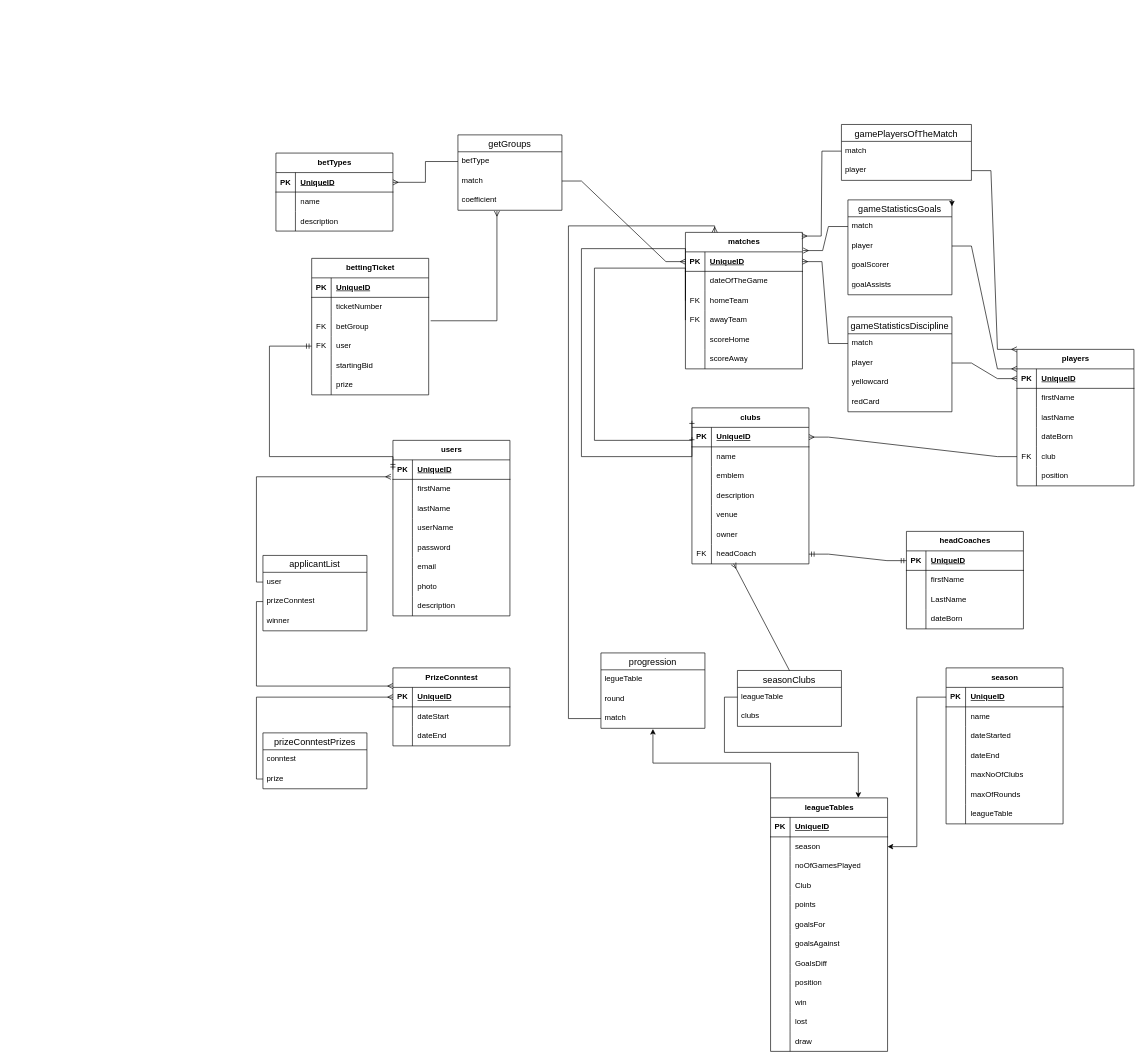
Matija1988/EDUNOVA-homework keeps this draw.io diagram as SQL_ERA_teško/diagrami/PremierLiga.drawio. Above is the earlier version. Source tidied: cells renumbered, new cells numbered last; positions are measured from the earlier drawing's top-left corner, leaving out a move shared by most shapes. Both pictures are drawn from the tidied source at 65%, with x=0, y=0 at pixel (263, 124).
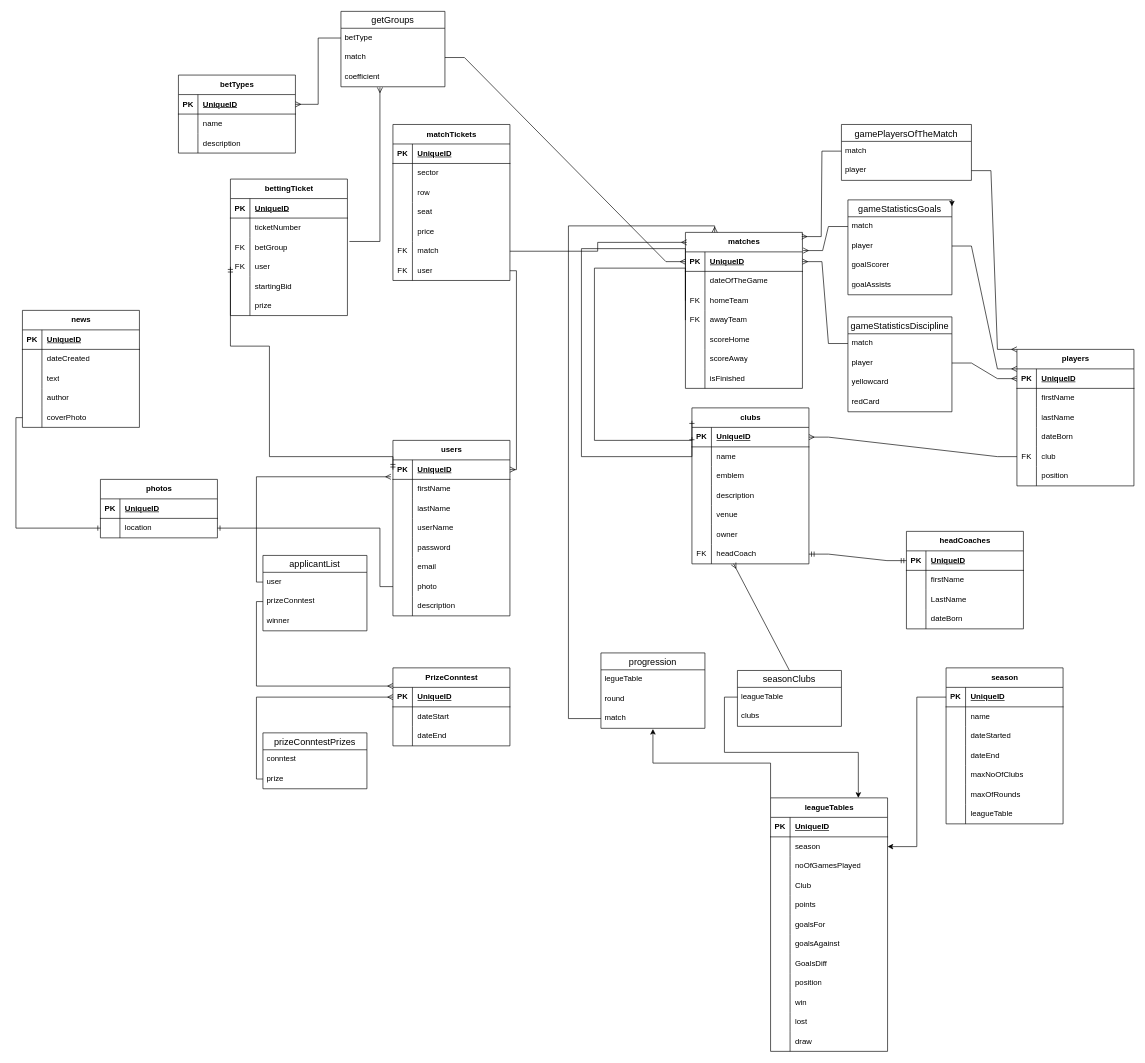
Above is the later version.

Unchanged cells that the change refers to:
```xml
<mxCell id="3" style="shape=tableRow;horizontal=0;startSize=0;swimlaneHead=0;swimlaneBody=0;fillColor=none;points=[[0,0.5],[1,0.5]];portConstraint=eastwest;top=0;left=0;right=0;bottom=1;" parent="2" vertex="1">
  <mxGeometry y="30" width="180" height="30" as="geometry" />
</mxCell>
<mxCell id="21" style="shape=tableRow;horizontal=0;startSize=0;swimlaneHead=0;swimlaneBody=0;fillColor=none;points=[[0,0.5],[1,0.5]];portConstraint=eastwest;top=0;left=0;right=0;bottom=0;" parent="2" vertex="1">
  <mxGeometry y="210" width="180" height="30" as="geometry" />
</mxCell>
```

What changed in the source:
```diff
@@
     <mxCell id="105" value="matches" style="shape=table;startSize=30;childLayout=tableLayout;rowLines=0;fontStyle=1;align=center;html=1;" parent="1" vertex="1">
-      <mxGeometry x="650" y="166" width="180" height="210" as="geometry" />
+      <mxGeometry x="650" y="166" width="180" height="240" as="geometry" />
     </mxCell>
@@
+    <mxCell id="252" style="shape=tableRow;horizontal=0;startSize=0;swimlaneHead=0;swimlaneBody=0;fillColor=none;top=0;left=0;right=0;bottom=0;" parent="105" vertex="1">
+      <mxGeometry y="210" width="180" height="30" as="geometry" />
+    </mxCell>
+    <mxCell id="253" style="shape=partialRectangle;fillColor=none;top=0;left=0;bottom=0;right=0;overflow=hidden;whiteSpace=wrap;html=1;" parent="252" vertex="1">
+      <mxGeometry width="30" height="30" as="geometry" />
+    </mxCell>
+    <mxCell id="254" value="isFinished" style="shape=partialRectangle;fillColor=none;top=0;left=0;bottom=0;right=0;align=left;spacingLeft=6;overflow=hidden;whiteSpace=wrap;html=1;" parent="252" vertex="1">
+      <mxGeometry x="30" width="150" height="30" as="geometry" />
+    </mxCell>
@@
     <mxCell id="146" value="betTypes" style="shape=table;startSize=30;childLayout=tableLayout;rowLines=0;fontStyle=1;align=center;html=1;" parent="1" vertex="1">
-      <mxGeometry x="20" y="44" width="180" height="120" as="geometry" />
+      <mxGeometry x="-130" y="-76" width="180" height="120" as="geometry" />
     </mxCell>
@@
     <mxCell id="156" value="bettingTicket" style="shape=table;startSize=30;childLayout=tableLayout;rowLines=0;fontStyle=1;align=center;html=1;" parent="1" vertex="1">
-      <mxGeometry x="75" y="206" width="180" height="210" as="geometry" />
+      <mxGeometry x="-50" y="84" width="180" height="210" as="geometry" />
     </mxCell>
@@
     <mxCell id="175" value="getGroups" style="swimlane;fontStyle=0;horizontal=1;startSize=26;align=center;fontSize=14;" parent="1" vertex="1">
-      <mxGeometry x="300" y="16" width="160" height="116" as="geometry" />
+      <mxGeometry x="120" y="-174" width="160" height="116" as="geometry" />
     </mxCell>
@@
+    <mxCell id="255" value="news" style="shape=table;startSize=30;childLayout=tableLayout;rowLines=0;fontStyle=1;align=center;html=1;" parent="1" vertex="1">
+      <mxGeometry x="-370" y="286" width="180" height="180" as="geometry" />
+    </mxCell>
+    <mxCell id="256" style="shape=tableRow;horizontal=0;startSize=0;swimlaneHead=0;swimlaneBody=0;fillColor=none;top=0;left=0;right=0;bottom=1;" parent="255" vertex="1">
+      <mxGeometry y="30" width="180" height="30" as="geometry" />
+    </mxCell>
+    <mxCell id="257" value="PK" style="shape=partialRectangle;fillColor=none;top=0;left=0;bottom=0;right=0;fontStyle=1;overflow=hidden;whiteSpace=wrap;html=1;" parent="256" vertex="1">
+      <mxGeometry width="30" height="30" as="geometry" />
+    </mxCell>
+    <mxCell id="258" value="UniqueID" style="shape=partialRectangle;fillColor=none;top=0;left=0;bottom=0;right=0;align=left;spacingLeft=6;fontStyle=5;overflow=hidden;whiteSpace=wrap;html=1;" parent="256" vertex="1">
+      <mxGeometry x="30" width="150" height="30" as="geometry" />
+    </mxCell>
+    <mxCell id="259" style="shape=tableRow;horizontal=0;startSize=0;swimlaneHead=0;swimlaneBody=0;fillColor=none;top=0;left=0;right=0;bottom=0;" parent="255" vertex="1">
+      <mxGeometry y="60" width="180" height="30" as="geometry" />
+    </mxCell>
+    <mxCell id="260" style="shape=partialRectangle;fillColor=none;top=0;left=0;bottom=0;right=0;overflow=hidden;whiteSpace=wrap;html=1;" parent="259" vertex="1">
+      <mxGeometry width="30" height="30" as="geometry" />
+    </mxCell>
+    <mxCell id="261" value="dateCreated" style="shape=partialRectangle;fillColor=none;top=0;left=0;bottom=0;right=0;align=left;spacingLeft=6;overflow=hidden;whiteSpace=wrap;html=1;" parent="259" vertex="1">
+      <mxGeometry x="30" width="150" height="30" as="geometry" />
+    </mxCell>
+    <mxCell id="262" style="shape=tableRow;horizontal=0;startSize=0;swimlaneHead=0;swimlaneBody=0;fillColor=none;top=0;left=0;right=0;bottom=0;" parent="255" vertex="1">
+      <mxGeometry y="90" width="180" height="30" as="geometry" />
+    </mxCell>
+    <mxCell id="263" style="shape=partialRectangle;fillColor=none;top=0;left=0;bottom=0;right=0;overflow=hidden;whiteSpace=wrap;html=1;" parent="262" vertex="1">
+      <mxGeometry width="30" height="30" as="geometry" />
+    </mxCell>
+    <mxCell id="264" value="text" style="shape=partialRectangle;fillColor=none;top=0;left=0;bottom=0;right=0;align=left;spacingLeft=6;overflow=hidden;whiteSpace=wrap;html=1;" parent="262" vertex="1">
+      <mxGeometry x="30" width="150" height="30" as="geometry" />
+    </mxCell>
+    <mxCell id="265" style="shape=tableRow;horizontal=0;startSize=0;swimlaneHead=0;swimlaneBody=0;fillColor=none;top=0;left=0;right=0;bottom=0;" parent="255" vertex="1">
+      <mxGeometry y="120" width="180" height="30" as="geometry" />
+    </mxCell>
+    <mxCell id="266" style="shape=partialRectangle;fillColor=none;top=0;left=0;bottom=0;right=0;overflow=hidden;whiteSpace=wrap;html=1;" parent="265" vertex="1">
+      <mxGeometry width="30" height="30" as="geometry" />
+    </mxCell>
+    <mxCell id="267" value="author" style="shape=partialRectangle;fillColor=none;top=0;left=0;bottom=0;right=0;align=left;spacingLeft=6;overflow=hidden;whiteSpace=wrap;html=1;" parent="265" vertex="1">
+      <mxGeometry x="30" width="150" height="30" as="geometry" />
+    </mxCell>
+    <mxCell id="268" style="shape=tableRow;horizontal=0;startSize=0;swimlaneHead=0;swimlaneBody=0;fillColor=none;points=[[0,0.5],[1,0.5]];portConstraint=eastwest;top=0;left=0;right=0;bottom=0;" parent="255" vertex="1">
+      <mxGeometry y="150" width="180" height="30" as="geometry" />
+    </mxCell>
+    <mxCell id="269" style="shape=partialRectangle;fillColor=none;top=0;left=0;bottom=0;right=0;overflow=hidden;whiteSpace=wrap;html=1;" parent="268" vertex="1">
+      <mxGeometry width="30" height="30" as="geometry" />
+    </mxCell>
+    <mxCell id="270" value="coverPhoto" style="shape=partialRectangle;fillColor=none;top=0;left=0;bottom=0;right=0;align=left;spacingLeft=6;overflow=hidden;whiteSpace=wrap;html=1;" parent="268" vertex="1">
+      <mxGeometry x="30" width="150" height="30" as="geometry" />
+    </mxCell>
+    <mxCell id="271" value="photos" style="shape=table;startSize=30;childLayout=tableLayout;rowLines=0;fontStyle=1;align=center;html=1;" parent="1" vertex="1">
+      <mxGeometry x="-250" y="546" width="180" height="90" as="geometry" />
+    </mxCell>
+    <mxCell id="272" style="shape=tableRow;horizontal=0;startSize=0;swimlaneHead=0;swimlaneBody=0;fillColor=none;top=0;left=0;right=0;bottom=1;" parent="271" vertex="1">
+      <mxGeometry y="30" width="180" height="30" as="geometry" />
+    </mxCell>
+    <mxCell id="273" value="PK" style="shape=partialRectangle;fillColor=none;top=0;left=0;bottom=0;right=0;fontStyle=1;overflow=hidden;whiteSpace=wrap;html=1;" parent="272" vertex="1">
+      <mxGeometry width="30" height="30" as="geometry" />
+    </mxCell>
+    <mxCell id="274" value="UniqueID" style="shape=partialRectangle;fillColor=none;top=0;left=0;bottom=0;right=0;align=left;spacingLeft=6;fontStyle=5;overflow=hidden;whiteSpace=wrap;html=1;" parent="272" vertex="1">
+      <mxGeometry x="30" width="150" height="30" as="geometry" />
+    </mxCell>
+    <mxCell id="275" style="shape=tableRow;horizontal=0;startSize=0;swimlaneHead=0;swimlaneBody=0;fillColor=none;points=[[0,0.5],[1,0.5]];portConstraint=eastwest;top=0;left=0;right=0;bottom=0;" parent="271" vertex="1">
+      <mxGeometry y="60" width="180" height="30" as="geometry" />
+    </mxCell>
+    <mxCell id="276" style="shape=partialRectangle;fillColor=none;top=0;left=0;bottom=0;right=0;overflow=hidden;whiteSpace=wrap;html=1;" parent="275" vertex="1">
+      <mxGeometry width="30" height="30" as="geometry" />
+    </mxCell>
+    <mxCell id="277" value="location" style="shape=partialRectangle;fillColor=none;top=0;left=0;bottom=0;right=0;align=left;spacingLeft=6;overflow=hidden;whiteSpace=wrap;html=1;" parent="275" vertex="1">
+      <mxGeometry x="30" width="150" height="30" as="geometry" />
+    </mxCell>
+    <mxCell id="278" style="edgeStyle=orthogonalEdgeStyle;fontSize=12;html=1;endArrow=ERone;endFill=1;rounded=0;entryX=0;entryY=0.5;entryDx=0;entryDy=0;exitX=0;exitY=0.5;exitDx=0;exitDy=0;" parent="1" edge="1" source="268" target="275">
+      <mxGeometry relative="1" as="geometry" />
+    </mxCell>
+    <mxCell id="279" style="edgeStyle=elbowEdgeStyle;fontSize=12;html=1;endArrow=ERone;endFill=1;rounded=0;entryX=1;entryY=0.5;entryDx=0;entryDy=0;exitX=0;exitY=0.5;exitDx=0;exitDy=0;" parent="1" edge="1" source="21" target="275">
+      <mxGeometry relative="1" as="geometry">
+        <Array as="points">
+          <mxPoint x="180" y="636" />
+        </Array>
+      </mxGeometry>
+    </mxCell>
+    <mxCell id="280" value="matchTickets" style="shape=table;startSize=30;childLayout=tableLayout;rowLines=0;fontStyle=1;align=center;html=1;" parent="1" vertex="1">
+      <mxGeometry x="200" width="180" height="240" as="geometry" />
+    </mxCell>
+    <mxCell id="281" style="shape=tableRow;horizontal=0;startSize=0;swimlaneHead=0;swimlaneBody=0;fillColor=none;top=0;left=0;right=0;bottom=1;" parent="280" vertex="1">
+      <mxGeometry y="30" width="180" height="30" as="geometry" />
+    </mxCell>
+    <mxCell id="282" value="PK" style="shape=partialRectangle;fillColor=none;top=0;left=0;bottom=0;right=0;fontStyle=1;overflow=hidden;whiteSpace=wrap;html=1;" parent="281" vertex="1">
+      <mxGeometry width="30" height="30" as="geometry" />
+    </mxCell>
+    <mxCell id="283" value="UniqueID" style="shape=partialRectangle;fillColor=none;top=0;left=0;bottom=0;right=0;align=left;spacingLeft=6;fontStyle=5;overflow=hidden;whiteSpace=wrap;html=1;" parent="281" vertex="1">
+      <mxGeometry x="30" width="150" height="30" as="geometry" />
+    </mxCell>
+    <mxCell id="284" style="shape=tableRow;horizontal=0;startSize=0;swimlaneHead=0;swimlaneBody=0;fillColor=none;top=0;left=0;right=0;bottom=0;" parent="280" vertex="1">
+      <mxGeometry y="60" width="180" height="30" as="geometry" />
+    </mxCell>
+    <mxCell id="285" style="shape=partialRectangle;fillColor=none;top=0;left=0;bottom=0;right=0;overflow=hidden;whiteSpace=wrap;html=1;" parent="284" vertex="1">
+      <mxGeometry width="30" height="30" as="geometry" />
+    </mxCell>
+    <mxCell id="286" value="sector" style="shape=partialRectangle;fillColor=none;top=0;left=0;bottom=0;right=0;align=left;spacingLeft=6;overflow=hidden;whiteSpace=wrap;html=1;" parent="284" vertex="1">
+      <mxGeometry x="30" width="150" height="30" as="geometry" />
+    </mxCell>
+    <mxCell id="287" style="shape=tableRow;horizontal=0;startSize=0;swimlaneHead=0;swimlaneBody=0;fillColor=none;top=0;left=0;right=0;bottom=0;" parent="280" vertex="1">
+      <mxGeometry y="90" width="180" height="30" as="geometry" />
+    </mxCell>
+    <mxCell id="288" style="shape=partialRectangle;fillColor=none;top=0;left=0;bottom=0;right=0;overflow=hidden;whiteSpace=wrap;html=1;" parent="287" vertex="1">
+      <mxGeometry width="30" height="30" as="geometry" />
+    </mxCell>
+    <mxCell id="289" value="row" style="shape=partialRectangle;fillColor=none;top=0;left=0;bottom=0;right=0;align=left;spacingLeft=6;overflow=hidden;whiteSpace=wrap;html=1;" parent="287" vertex="1">
+      <mxGeometry x="30" width="150" height="30" as="geometry" />
+    </mxCell>
+    <mxCell id="290" style="shape=tableRow;horizontal=0;startSize=0;swimlaneHead=0;swimlaneBody=0;fillColor=none;top=0;left=0;right=0;bottom=0;" parent="280" vertex="1">
+      <mxGeometry y="120" width="180" height="30" as="geometry" />
+    </mxCell>
+    <mxCell id="291" style="shape=partialRectangle;fillColor=none;top=0;left=0;bottom=0;right=0;overflow=hidden;whiteSpace=wrap;html=1;" parent="290" vertex="1">
+      <mxGeometry width="30" height="30" as="geometry" />
+    </mxCell>
+    <mxCell id="292" value="seat" style="shape=partialRectangle;fillColor=none;top=0;left=0;bottom=0;right=0;align=left;spacingLeft=6;overflow=hidden;whiteSpace=wrap;html=1;" parent="290" vertex="1">
+      <mxGeometry x="30" width="150" height="30" as="geometry" />
+    </mxCell>
+    <mxCell id="293" style="shape=tableRow;horizontal=0;startSize=0;swimlaneHead=0;swimlaneBody=0;fillColor=none;top=0;left=0;right=0;bottom=0;" parent="280" vertex="1">
+      <mxGeometry y="150" width="180" height="30" as="geometry" />
+    </mxCell>
+    <mxCell id="294" style="shape=partialRectangle;fillColor=none;top=0;left=0;bottom=0;right=0;overflow=hidden;whiteSpace=wrap;html=1;" parent="293" vertex="1">
+      <mxGeometry width="30" height="30" as="geometry" />
+    </mxCell>
+    <mxCell id="295" value="price" style="shape=partialRectangle;fillColor=none;top=0;left=0;bottom=0;right=0;align=left;spacingLeft=6;overflow=hidden;whiteSpace=wrap;html=1;" parent="293" vertex="1">
+      <mxGeometry x="30" width="150" height="30" as="geometry" />
+    </mxCell>
+    <mxCell id="296" style="shape=tableRow;horizontal=0;startSize=0;swimlaneHead=0;swimlaneBody=0;fillColor=none;points=[[0,0.5],[1,0.5]];portConstraint=eastwest;top=0;left=0;right=0;bottom=0;" parent="280" vertex="1">
+      <mxGeometry y="180" width="180" height="30" as="geometry" />
+    </mxCell>
+    <mxCell id="297" value="FK" style="shape=partialRectangle;fillColor=none;top=0;left=0;bottom=0;right=0;overflow=hidden;whiteSpace=wrap;html=1;" parent="296" vertex="1">
+      <mxGeometry width="30" height="30" as="geometry" />
+    </mxCell>
+    <mxCell id="298" value="match" style="shape=partialRectangle;fillColor=none;top=0;left=0;bottom=0;right=0;align=left;spacingLeft=6;overflow=hidden;whiteSpace=wrap;html=1;" parent="296" vertex="1">
+      <mxGeometry x="30" width="150" height="30" as="geometry" />
+    </mxCell>
+    <mxCell id="299" style="shape=tableRow;horizontal=0;startSize=0;swimlaneHead=0;swimlaneBody=0;fillColor=none;points=[[0,0.5],[1,0.5]];portConstraint=eastwest;top=0;left=0;right=0;bottom=0;" parent="280" vertex="1">
+      <mxGeometry y="210" width="180" height="30" as="geometry" />
+    </mxCell>
+    <mxCell id="300" value="FK" style="shape=partialRectangle;fillColor=none;top=0;left=0;bottom=0;right=0;overflow=hidden;whiteSpace=wrap;html=1;" parent="299" vertex="1">
+      <mxGeometry width="30" height="30" as="geometry" />
+    </mxCell>
+    <mxCell id="301" value="user" style="shape=partialRectangle;fillColor=none;top=0;left=0;bottom=0;right=0;align=left;spacingLeft=6;overflow=hidden;whiteSpace=wrap;html=1;" parent="299" vertex="1">
+      <mxGeometry x="30" width="150" height="30" as="geometry" />
+    </mxCell>
+    <mxCell id="302" style="fontSize=12;html=1;endArrow=ERmany;rounded=0;entryX=0.012;entryY=0.064;entryDx=0;entryDy=0;entryPerimeter=0;exitX=1;exitY=0.5;exitDx=0;exitDy=0;edgeStyle=orthogonalEdgeStyle;" parent="1" edge="1" source="296" target="105">
+      <mxGeometry relative="1" as="geometry" />
+    </mxCell>
+    <mxCell id="303" style="edgeStyle=orthogonalEdgeStyle;fontSize=12;html=1;endArrow=ERmany;rounded=0;entryX=1;entryY=0.5;entryDx=0;entryDy=0;exitX=1;exitY=0.5;exitDx=0;exitDy=0;" parent="1" edge="1" source="299" target="3">
+      <mxGeometry relative="1" as="geometry" />
+    </mxCell>
```
